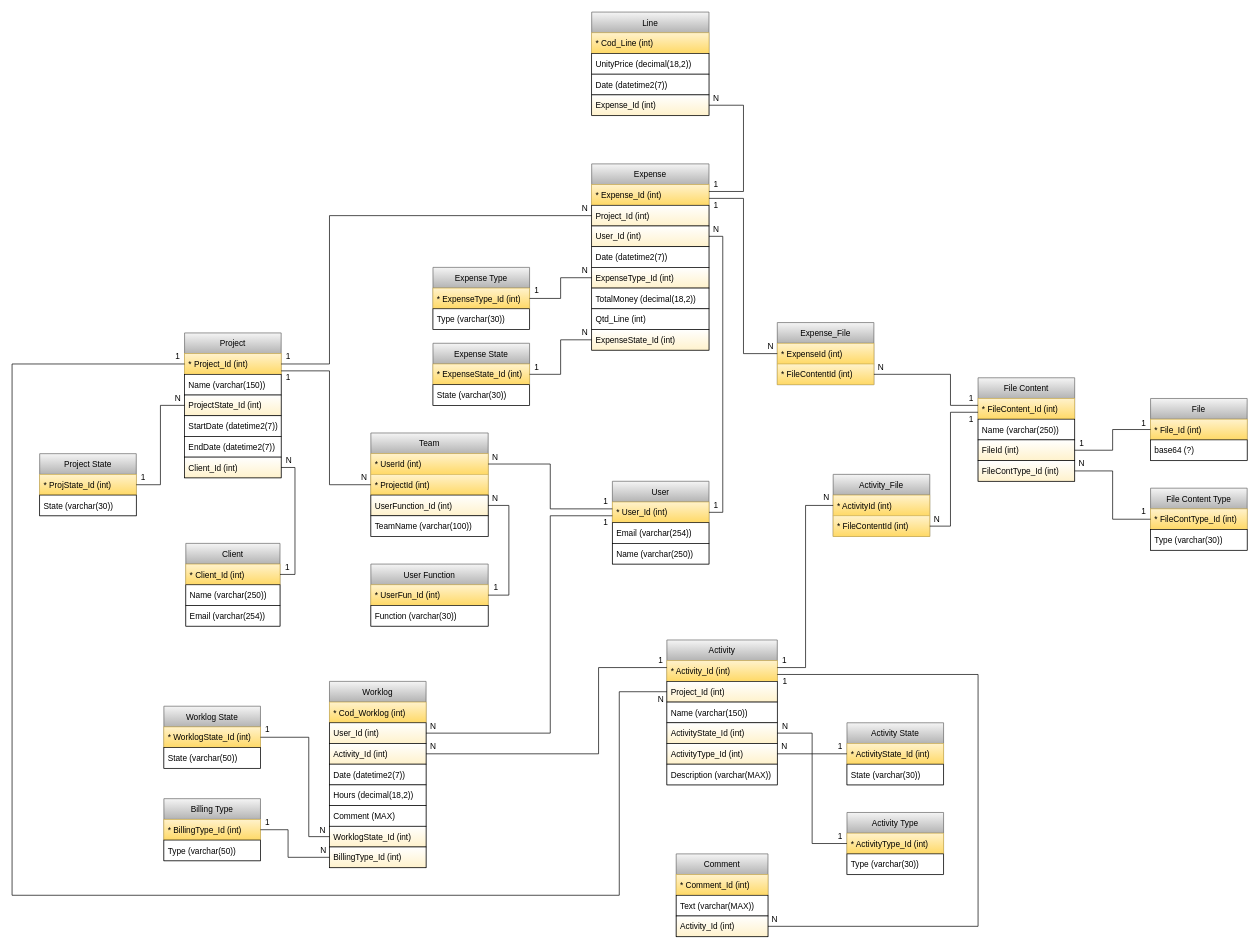
This is Relatório/Timesheet DB.drawio from rjcasaca/inete2022, a draw.io file, before an edit. Source tidied: cells renumbered, new cells numbered last; positions are measured from the earlier drawing's top-left corner, leaving out a move shared by most shapes. Both pictures are drawn from the tidied source at 69%, with x=0, y=0 at pixel (12, 12).
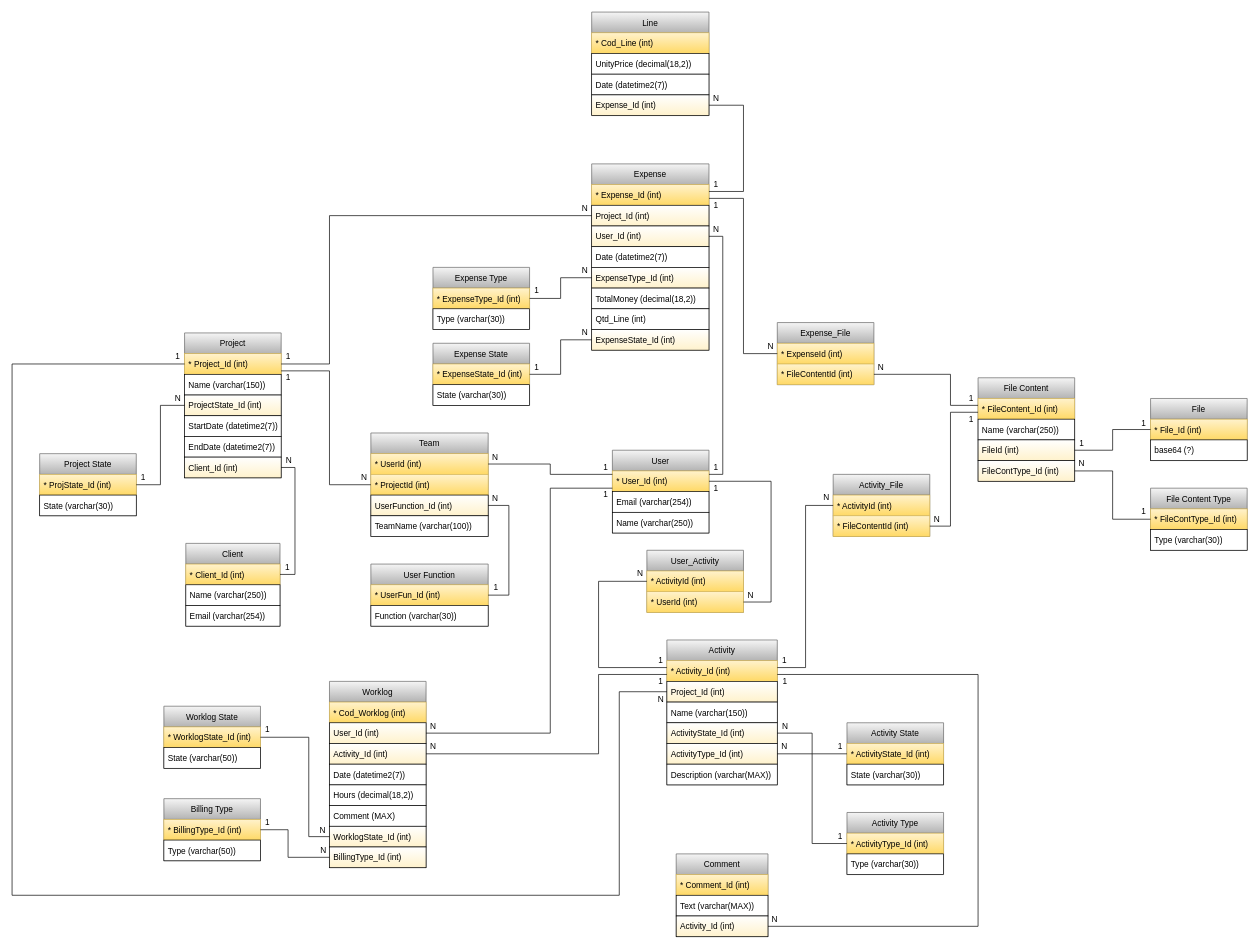
The same page after the edit.

The change refers to these unchanged cells:
```xml
<mxCell id="3" value="* User_Id (int)" style="text;strokeColor=#d6b656;fillColor=#fff2cc;align=left;verticalAlign=middle;spacingLeft=4;spacingRight=4;overflow=hidden;points=[[0,0.5],[1,0.5]];portConstraint=eastwest;gradientColor=#ffd966;" parent="2" vertex="1">
  <mxGeometry y="30" width="140" height="30" as="geometry" />
</mxCell>
<mxCell id="7" value="* UserId (int)" style="text;strokeColor=#d6b656;fillColor=#fff2cc;align=left;verticalAlign=middle;spacingLeft=4;spacingRight=4;overflow=hidden;points=[[0,0.5],[1,0.5]];portConstraint=eastwest;gradientColor=#ffd966;" parent="6" vertex="1">
  <mxGeometry y="30" width="170" height="30" as="geometry" />
</mxCell>
<mxCell id="42" value="User_Id (int)" style="text;strokeColor=default;fillColor=default;align=left;verticalAlign=middle;spacingLeft=4;spacingRight=4;overflow=hidden;points=[[0,0.5],[1,0.5]];portConstraint=eastwest;gradientColor=#FFF2CC;" parent="39" vertex="1">
  <mxGeometry y="90" width="170" height="30" as="geometry" />
</mxCell>
<mxCell id="63" value="* Activity_Id (int)" style="text;align=left;verticalAlign=middle;spacingLeft=4;spacingRight=4;overflow=hidden;points=[[0,0.5],[1,0.5]];portConstraint=eastwest;fillColor=#fff2cc;strokeColor=#d6b656;gradientColor=#ffd966;" parent="62" vertex="1">
  <mxGeometry y="30" width="160" height="30" as="geometry" />
</mxCell>
<mxCell id="71" value="User_Id (int)" style="text;align=left;verticalAlign=middle;spacingLeft=4;spacingRight=4;overflow=hidden;points=[[0,0.5],[1,0.5]];portConstraint=eastwest;fillColor=default;strokeColor=default;gradientColor=#FFF2CC;" parent="69" vertex="1">
  <mxGeometry y="60" width="140" height="30" as="geometry" />
</mxCell>
<mxCell id="72" value="Activity_Id (int)" style="text;align=left;verticalAlign=middle;spacingLeft=4;spacingRight=4;overflow=hidden;points=[[0,0.5],[1,0.5]];portConstraint=eastwest;fillColor=default;strokeColor=default;gradientColor=#FFF2CC;" parent="69" vertex="1">
  <mxGeometry y="90" width="140" height="30" as="geometry" />
</mxCell>
```

Change to the diagram source:
```diff
@@
     <mxCell id="2" value="User" style="swimlane;fontStyle=0;horizontal=1;startSize=30;fillColor=#f5f5f5;strokeColor=#666666;gradientColor=#b3b3b3;" parent="1" vertex="1">
-      <mxGeometry x="870" y="680" width="140" height="120" as="geometry" />
+      <mxGeometry x="870" y="635" width="140" height="120" as="geometry" />
     </mxCell>
@@
     <mxCell id="88" style="edgeStyle=orthogonalEdgeStyle;rounded=0;jettySize=auto;html=1;endArrow=none;endFill=0;" parent="1" edge="1" source="3" target="7">
       <mxGeometry relative="1" as="geometry">
         <Array as="points">
-          <mxPoint x="780" y="720" />
+          <mxPoint x="780" y="670" />
           <mxPoint x="780" y="655" />
         </Array>
       </mxGeometry>
     </mxCell>
@@
     <mxCell id="90" style="edgeStyle=orthogonalEdgeStyle;rounded=0;jettySize=auto;html=1;endArrow=none;endFill=0;" parent="1" edge="1" source="3" target="71">
       <mxGeometry relative="1" as="geometry">
         <Array as="points">
-          <mxPoint x="780" y="730" />
+          <mxPoint x="780" y="690" />
           <mxPoint x="780" y="1045" />
         </Array>
       </mxGeometry>
     </mxCell>
     <mxCell id="91" style="edgeStyle=orthogonalEdgeStyle;rounded=0;jettySize=auto;html=1;endArrow=none;endFill=0;" parent="1" edge="1" source="63" target="72">
       <mxGeometry relative="1" as="geometry">
         <Array as="points">
-          <mxPoint x="850" y="950" />
+          <mxPoint x="850" y="960" />
           <mxPoint x="850" y="1075" />
         </Array>
       </mxGeometry>
     </mxCell>
@@
     <mxCell id="115" value="1" style="text;html=1;align=center;verticalAlign=middle;strokeColor=none;fillColor=none;" parent="1" vertex="1">
-      <mxGeometry x="850" y="700" width="20" height="20" as="geometry" />
+      <mxGeometry x="850" y="650" width="20" height="20" as="geometry" />
     </mxCell>
@@
     <mxCell id="118" value="1" style="text;html=1;align=center;verticalAlign=middle;strokeColor=none;fillColor=none;" parent="1" vertex="1">
-      <mxGeometry x="850" y="730" width="20" height="20" as="geometry" />
+      <mxGeometry x="850" y="690" width="20" height="20" as="geometry" />
     </mxCell>
@@
     <mxCell id="120" value="1" style="text;html=1;align=center;verticalAlign=middle;strokeColor=none;fillColor=none;" parent="1" vertex="1">
-      <mxGeometry x="930" y="930" width="20" height="20" as="geometry" />
+      <mxGeometry x="930" y="960" width="20" height="20" as="geometry" />
     </mxCell>
@@
     <mxCell id="157" style="edgeStyle=orthogonalEdgeStyle;rounded=0;jettySize=auto;html=1;endArrow=none;endFill=0;" parent="1" edge="1" source="3" target="42">
       <mxGeometry relative="1" as="geometry">
         <Array as="points">
-          <mxPoint x="1030" y="725" />
+          <mxPoint x="1030" y="670" />
           <mxPoint x="1030" y="325" />
         </Array>
       </mxGeometry>
     </mxCell>
@@
     <mxCell id="162" value="1" style="text;html=1;align=center;verticalAlign=middle;strokeColor=none;fillColor=none;" parent="1" vertex="1">
-      <mxGeometry x="1010" y="705" width="20" height="20" as="geometry" />
+      <mxGeometry x="1010" y="650" width="20" height="20" as="geometry" />
     </mxCell>
@@
+    <mxCell id="169" value="User_Activity" style="swimlane;fontStyle=0;horizontal=1;startSize=30;strokeColor=#666666;fillColor=#f5f5f5;gradientColor=#b3b3b3;" parent="1" vertex="1">
+      <mxGeometry x="920" y="780" width="140" height="90" as="geometry" />
+    </mxCell>
+    <mxCell id="170" value="* ActivityId (int)" style="text;strokeColor=#d6b656;fillColor=#fff2cc;align=left;verticalAlign=middle;spacingLeft=4;spacingRight=4;overflow=hidden;points=[[0,0.5],[1,0.5]];portConstraint=eastwest;gradientColor=#ffd966;" parent="169" vertex="1">
+      <mxGeometry y="30" width="140" height="30" as="geometry" />
+    </mxCell>
+    <mxCell id="171" value="* UserId (int)" style="text;strokeColor=#d6b656;fillColor=#fff2cc;align=left;verticalAlign=middle;spacingLeft=4;spacingRight=4;overflow=hidden;points=[[0,0.5],[1,0.5]];portConstraint=eastwest;gradientColor=#ffd966;" parent="169" vertex="1">
+      <mxGeometry y="60" width="140" height="30" as="geometry" />
+    </mxCell>
+    <mxCell id="172" style="edgeStyle=orthogonalEdgeStyle;rounded=0;jettySize=auto;html=1;endArrow=none;endFill=0;" parent="1" edge="1" source="3" target="171">
+      <mxGeometry relative="1" as="geometry">
+        <Array as="points">
+          <mxPoint x="1100" y="680" />
+          <mxPoint x="1100" y="855" />
+        </Array>
+      </mxGeometry>
+    </mxCell>
+    <mxCell id="173" style="edgeStyle=orthogonalEdgeStyle;rounded=0;jettySize=auto;html=1;endArrow=none;endFill=0;" parent="1" edge="1" source="63" target="170">
+      <mxGeometry relative="1" as="geometry">
+        <Array as="points">
+          <mxPoint x="850" y="950" />
+          <mxPoint x="850" y="825" />
+        </Array>
+      </mxGeometry>
+    </mxCell>
+    <mxCell id="174" value="1" style="text;html=1;align=center;verticalAlign=middle;strokeColor=none;fillColor=none;" parent="1" vertex="1">
+      <mxGeometry x="930" y="930" width="20" height="20" as="geometry" />
+    </mxCell>
+    <mxCell id="175" value="1" style="text;html=1;align=center;verticalAlign=middle;strokeColor=none;fillColor=none;" parent="1" vertex="1">
+      <mxGeometry x="1010" y="680" width="20" height="20" as="geometry" />
+    </mxCell>
+    <mxCell id="176" value="N" style="text;html=1;align=center;verticalAlign=middle;strokeColor=none;fillColor=none;" parent="1" vertex="1">
+      <mxGeometry x="1060" y="835" width="20" height="20" as="geometry" />
+    </mxCell>
+    <mxCell id="177" value="N" style="text;html=1;align=center;verticalAlign=middle;strokeColor=none;fillColor=none;" parent="1" vertex="1">
+      <mxGeometry x="900" y="804" width="20" height="20" as="geometry" />
+    </mxCell>
```
